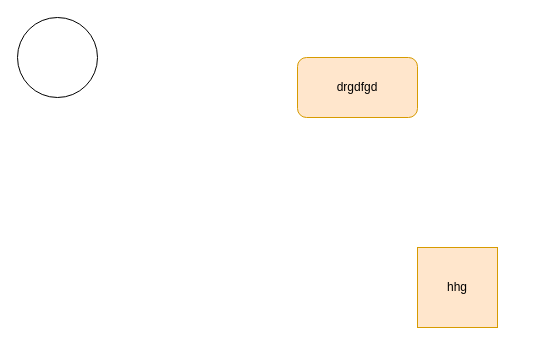
This is pretraitement_bdd_bacus.drawio from dodviso/solagro_sql_bacus, a draw.io file, before an edit. Source tidied: cells renumbered, new cells numbered last; positions are measured from the earlier drawing's top-left corner, leaving out a move shared by most shapes. Both pictures are drawn from the tidied source at 100%, with x=0, y=0 at pixel (17, 17).
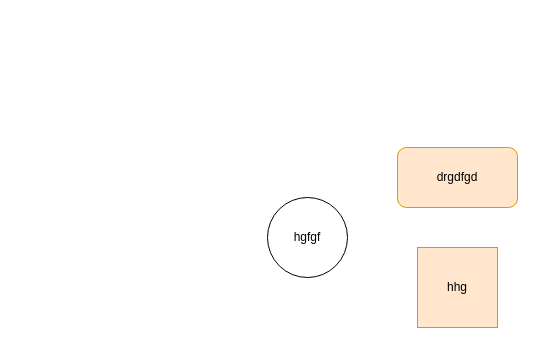
The same page after the edit.

Commit message:
Mettre à jour pretraitement_bdd_bacus.drawio

The edit, as a diff of the source:
```diff
@@
 <mxGraphModel>
   <root>
     <mxCell id="0" />
     <mxCell id="1" parent="0" />
     <mxCell id="2" value="drgdfgd" style="rounded=1;whiteSpace=wrap;html=1;fillColor=#ffe6cc;strokeColor=#d79b00;gradientColor=none;glass=0;shadow=0;" parent="1" vertex="1">
-      <mxGeometry x="280" y="40" width="120" height="60" as="geometry" />
+      <mxGeometry x="380" y="130" width="120" height="60" as="geometry" />
     </mxCell>
     <mxCell id="3" value="hhg" style="whiteSpace=wrap;html=1;fillColor=#ffe6cc;strokeColor=#d79b00;" parent="1" vertex="1">
       <mxGeometry x="400" y="230" width="80" height="80" as="geometry" />
     </mxCell>
-    <mxCell id="4" style="ellipse;whiteSpace=wrap;html=1;" parent="1" vertex="1">
-      <mxGeometry width="80" height="80" as="geometry" />
+    <mxCell id="4" value="hgfgf" style="ellipse;whiteSpace=wrap;html=1;" parent="1" vertex="1">
+      <mxGeometry x="250" y="180" width="80" height="80" as="geometry" />
     </mxCell>
   </root>
 </mxGraphModel>
```
